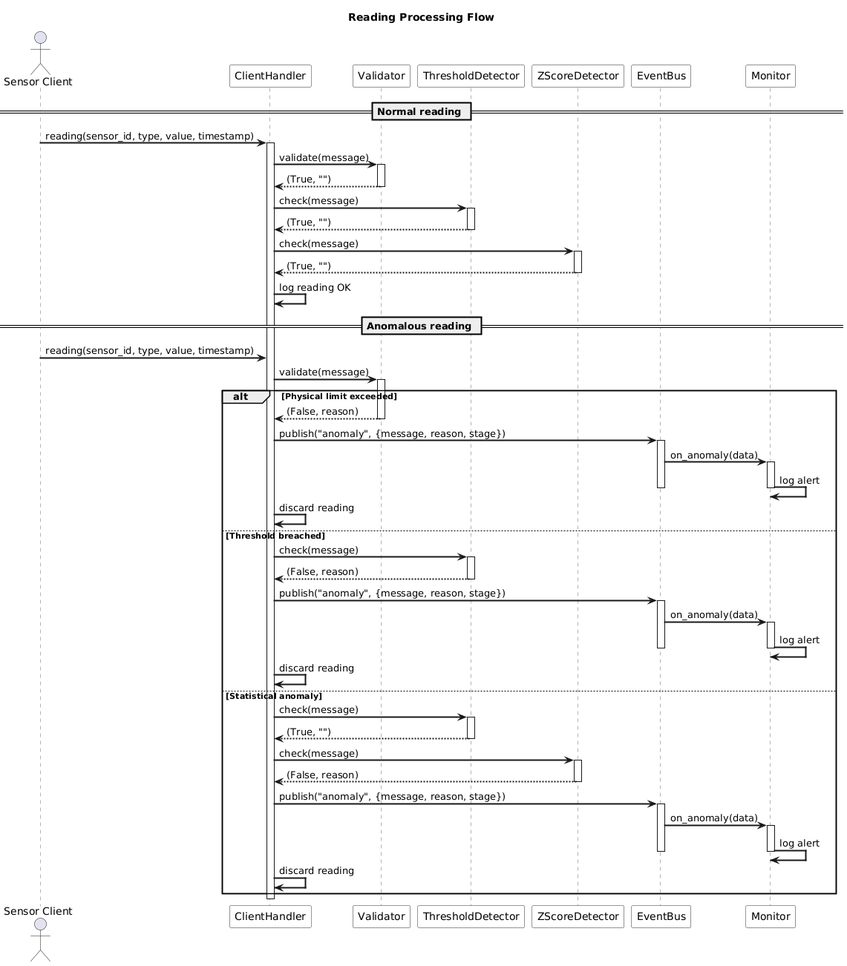
Above: docs/uml/reading-sequence-diagram.png in pedromedinatech/sentinel (PlantUML), before the change. Source of this version:
```plantuml
@startuml
skinparam backgroundColor white
skinparam sequenceArrowThickness 2
skinparam sequenceParticipantBorderColor #333333
skinparam sequenceParticipantBackgroundColor #FAFAFA
skinparam sequenceLifeLineBorderColor #666666

title Reading Processing Flow

actor "Sensor Client" as Client
participant "ClientHandler" as Handler
participant "Validator" as Validator
participant "ThresholdDetector" as Threshold
participant "ZScoreDetector" as ZScore
participant "EventBus" as Bus
participant "Monitor" as Monitor

== Normal reading ==

Client -> Handler : reading(sensor_id, type, value, timestamp)
activate Handler

Handler -> Validator : validate(message)
activate Validator
Validator --> Handler : (True, "")
deactivate Validator

Handler -> Threshold : check(message)
activate Threshold
Threshold --> Handler : (True, "")
deactivate Threshold

Handler -> ZScore : check(message)
activate ZScore
ZScore --> Handler : (True, "")
deactivate ZScore

Handler -> Handler : log reading OK

== Anomalous reading ==

Client -> Handler : reading(sensor_id, type, value, timestamp)

Handler -> Validator : validate(message)
activate Validator

alt Physical limit exceeded
    Validator --> Handler : (False, reason)
    deactivate Validator
    Handler -> Bus : publish("anomaly", {message, reason, stage})
    activate Bus
    Bus -> Monitor : on_anomaly(data)
    activate Monitor
    Monitor -> Monitor : log alert
    deactivate Monitor
    deactivate Bus
    Handler -> Handler : discard reading

else Threshold breached
    Handler -> Threshold : check(message)
    activate Threshold
    Threshold --> Handler : (False, reason)
    deactivate Threshold
    Handler -> Bus : publish("anomaly", {message, reason, stage})
    activate Bus
    Bus -> Monitor : on_anomaly(data)
    activate Monitor
    Monitor -> Monitor : log alert
    deactivate Monitor
    deactivate Bus
    Handler -> Handler : discard reading

else Statistical anomaly
    Handler -> Threshold : check(message)
    activate Threshold
    Threshold --> Handler : (True, "")
    deactivate Threshold
    Handler -> ZScore : check(message)
    activate ZScore
    ZScore --> Handler : (False, reason)
    deactivate ZScore
    Handler -> Bus : publish("anomaly", {message, reason, stage})
    activate Bus
    Bus -> Monitor : on_anomaly(data)
    activate Monitor
    Monitor -> Monitor : log alert
    deactivate Monitor
    deactivate Bus
    Handler -> Handler : discard reading
end

deactivate Handler
@enduml
```
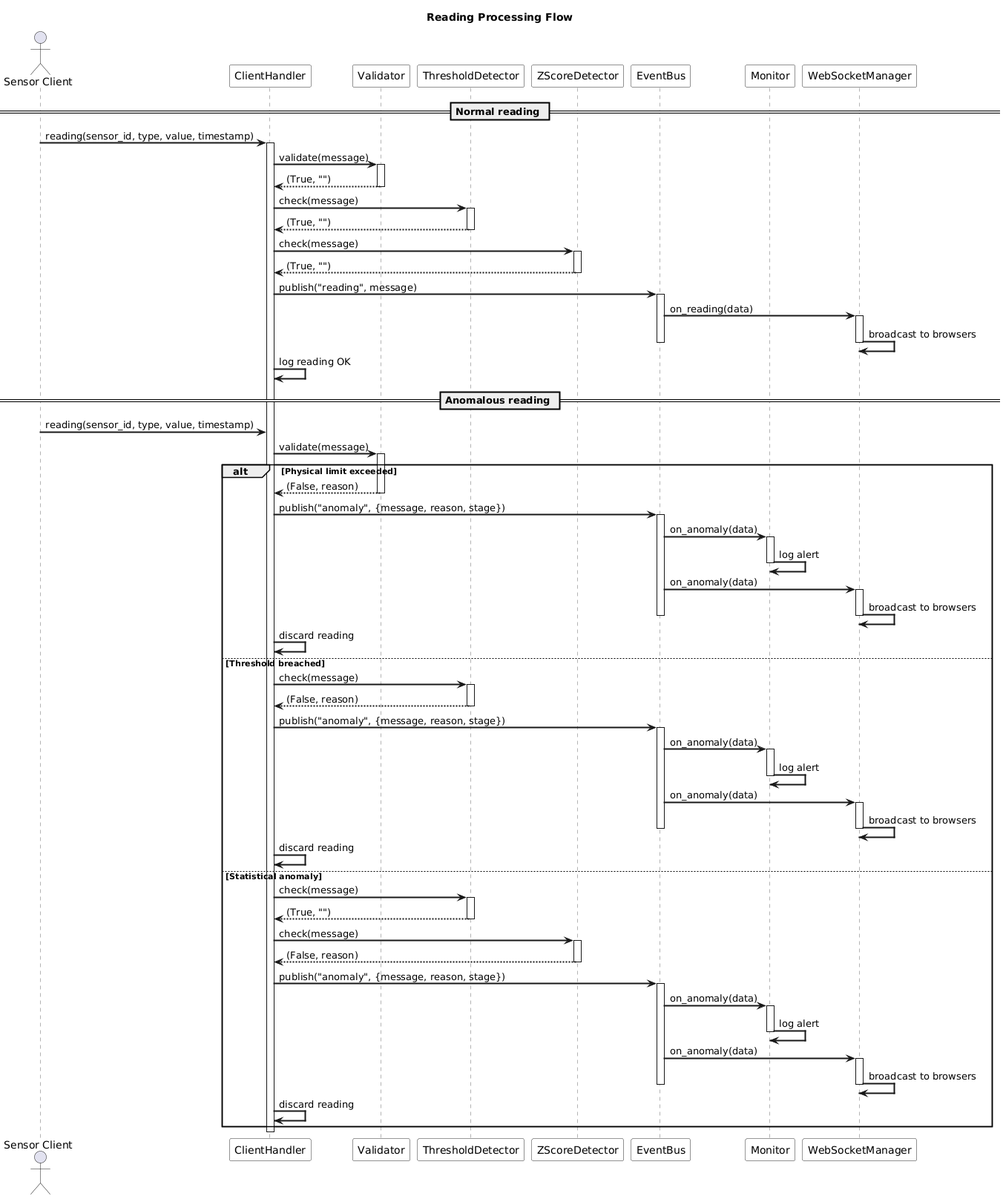
The same diagram one commit later.

The edit, as a diff of the source:
```diff
@@ -14,6 +14,7 @@
 participant "ZScoreDetector" as ZScore
 participant "EventBus" as Bus
 participant "Monitor" as Monitor
+participant "WebSocketManager" as WS
 
 == Normal reading ==
 
@@ -35,6 +36,14 @@
 ZScore --> Handler : (True, "")
 deactivate ZScore
 
+Handler -> Bus : publish("reading", message)
+activate Bus
+Bus -> WS : on_reading(data)
+activate WS
+WS -> WS : broadcast to browsers
+deactivate WS
+deactivate Bus
+
 Handler -> Handler : log reading OK
 
 == Anomalous reading ==
@@ -53,6 +62,10 @@
     activate Monitor
     Monitor -> Monitor : log alert
     deactivate Monitor
+    Bus -> WS : on_anomaly(data)
+    activate WS
+    WS -> WS : broadcast to browsers
+    deactivate WS
     deactivate Bus
     Handler -> Handler : discard reading
 
@@ -67,6 +80,10 @@
     activate Monitor
     Monitor -> Monitor : log alert
     deactivate Monitor
+    Bus -> WS : on_anomaly(data)
+    activate WS
+    WS -> WS : broadcast to browsers
+    deactivate WS
     deactivate Bus
     Handler -> Handler : discard reading
 
@@ -85,6 +102,10 @@
     activate Monitor
     Monitor -> Monitor : log alert
     deactivate Monitor
+    Bus -> WS : on_anomaly(data)
+    activate WS
+    WS -> WS : broadcast to browsers
+    deactivate WS
     deactivate Bus
     Handler -> Handler : discard reading
 end
```
